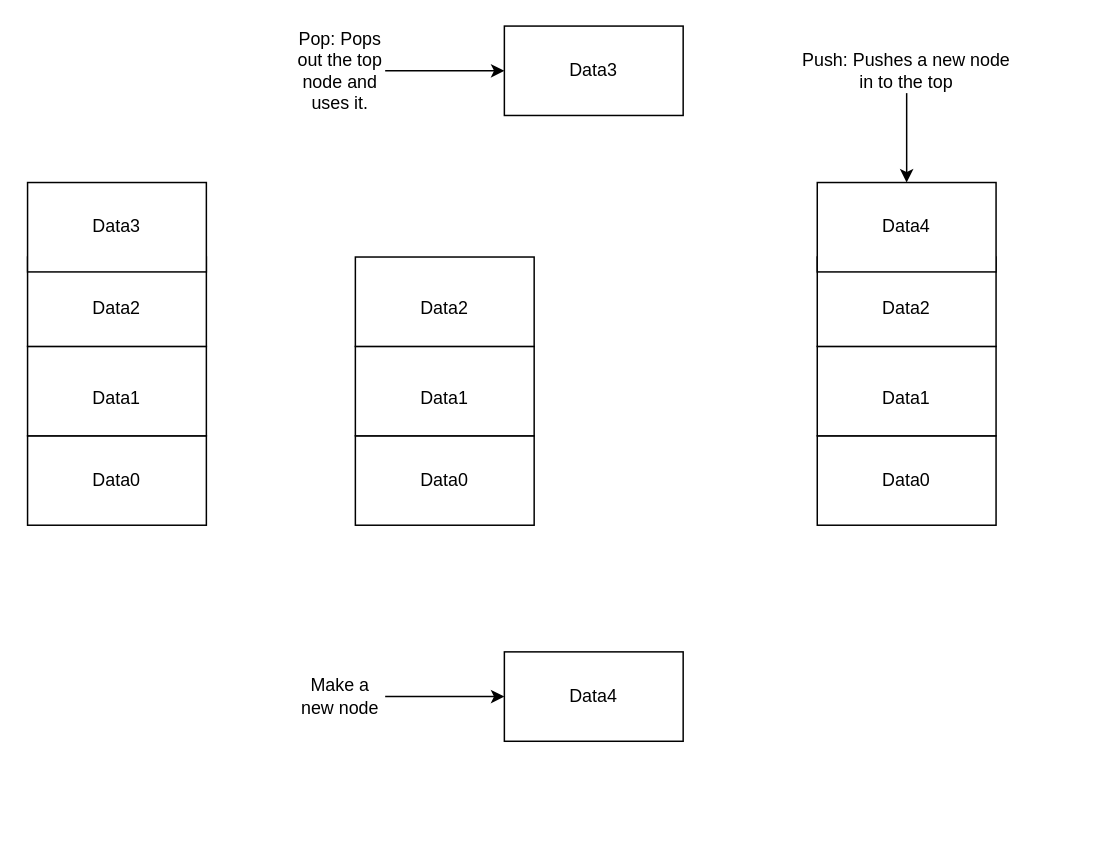
Above: StudentExpo/Stack.drawio in Crew46/data-fall2025 (draw.io), before the change. Source tidied: cells renumbered, new cells numbered last; positions are measured from the earlier drawing's top-left corner, leaving out a move shared by most shapes. Both pictures are drawn from the tidied source at 149%, with x=0, y=0 at pixel (27, 25).
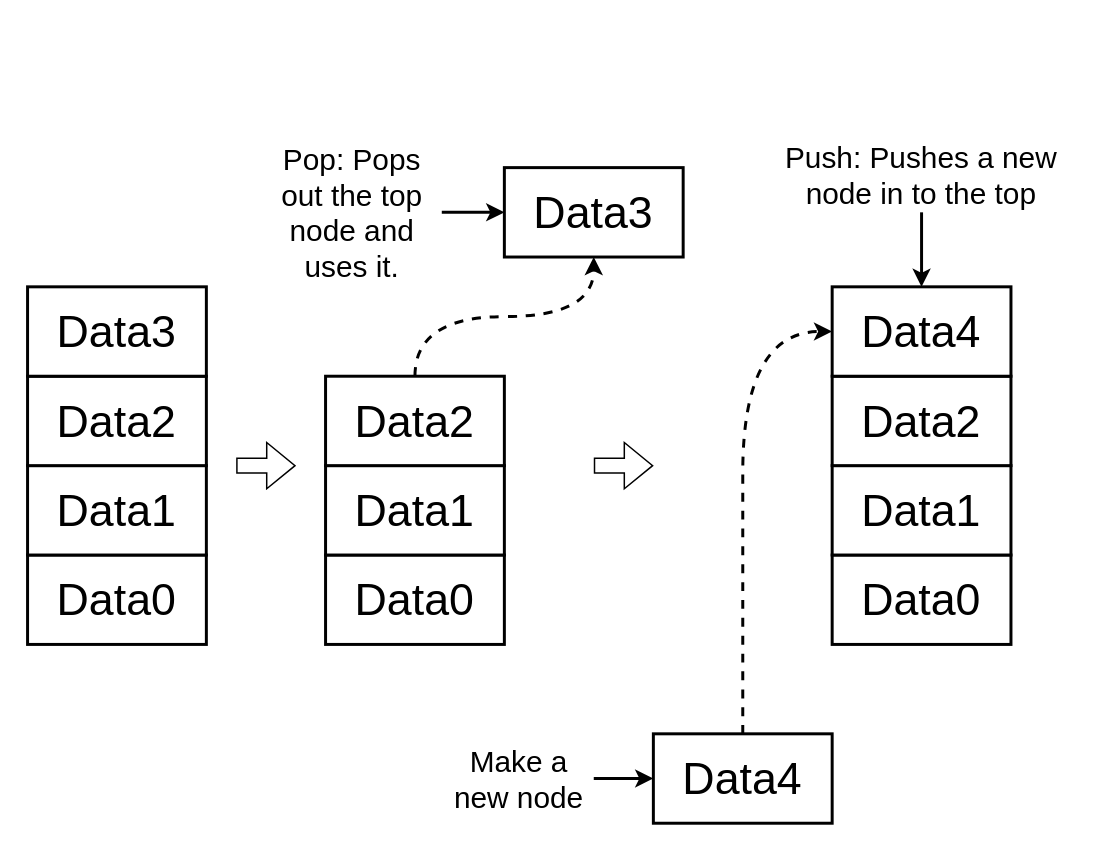
Above is the later version.

The edit, as a diff of the source:
```diff
@@
-    <mxCell id="2" style="rounded=0;whiteSpace=wrap;html=1;" parent="1" vertex="1">
-      <mxGeometry y="275" width="120" height="60" as="geometry" />
+    <mxCell id="2" value="Data0" style="rounded=0;whiteSpace=wrap;html=1;fontSize=30;strokeWidth=2;" parent="1" vertex="1">
+      <mxGeometry y="355" width="120" height="60" as="geometry" />
     </mxCell>
-    <mxCell id="3" style="rounded=0;whiteSpace=wrap;html=1;" parent="1" vertex="1">
-      <mxGeometry y="215" width="120" height="60" as="geometry" />
+    <mxCell id="3" value="Data1" style="rounded=0;whiteSpace=wrap;html=1;fontSize=30;strokeWidth=2;" parent="1" vertex="1">
+      <mxGeometry y="295" width="120" height="60" as="geometry" />
     </mxCell>
-    <mxCell id="4" style="rounded=0;whiteSpace=wrap;html=1;" parent="1" vertex="1">
-      <mxGeometry y="155" width="120" height="60" as="geometry" />
+    <mxCell id="4" value="Data2" style="rounded=0;whiteSpace=wrap;html=1;fontSize=30;strokeWidth=2;" parent="1" vertex="1">
+      <mxGeometry y="235" width="120" height="60" as="geometry" />
     </mxCell>
-    <mxCell id="5" style="rounded=0;whiteSpace=wrap;html=1;" parent="1" vertex="1">
-      <mxGeometry y="105" width="120" height="60" as="geometry" />
+    <mxCell id="5" value="Data3" style="rounded=0;whiteSpace=wrap;html=1;fontSize=30;strokeWidth=2;" parent="1" vertex="1">
+      <mxGeometry y="175" width="120" height="60" as="geometry" />
     </mxCell>
-    <mxCell id="6" value="Data3" style="text;html=1;whiteSpace=wrap;strokeColor=none;fillColor=none;align=center;verticalAlign=middle;rounded=0;" parent="1" vertex="1">
-      <mxGeometry x="30" y="120" width="60" height="30" as="geometry" />
-    </mxCell>
-    <mxCell id="7" value="Data2" style="text;html=1;whiteSpace=wrap;strokeColor=none;fillColor=none;align=center;verticalAlign=middle;rounded=0;" parent="1" vertex="1">
-      <mxGeometry x="30" y="175" width="60" height="30" as="geometry" />
-    </mxCell>
-    <mxCell id="8" value="Data1" style="text;html=1;whiteSpace=wrap;strokeColor=none;fillColor=none;align=center;verticalAlign=middle;rounded=0;" parent="1" vertex="1">
-      <mxGeometry x="30" y="235" width="60" height="30" as="geometry" />
-    </mxCell>
-    <mxCell id="9" value="&lt;div&gt;&lt;span style=&quot;background-color: transparent; color: light-dark(rgb(0, 0, 0), rgb(255, 255, 255));&quot;&gt;&lt;br&gt;&lt;/span&gt;&lt;/div&gt;&lt;div&gt;&lt;span style=&quot;background-color: transparent; color: light-dark(rgb(0, 0, 0), rgb(255, 255, 255));&quot;&gt;Data0&lt;/span&gt;&lt;/div&gt;&lt;div&gt;&lt;br&gt;&lt;/div&gt;" style="text;html=1;whiteSpace=wrap;strokeColor=none;fillColor=none;align=center;verticalAlign=middle;rounded=0;" parent="1" vertex="1">
-      <mxGeometry x="30" y="290" width="60" height="30" as="geometry" />
-    </mxCell>
-    <mxCell id="10" style="rounded=0;whiteSpace=wrap;html=1;" parent="1" vertex="1">
-      <mxGeometry x="220" y="275" width="120" height="60" as="geometry" />
+    <mxCell id="10" value="Data0" style="rounded=0;whiteSpace=wrap;html=1;fontSize=30;strokeWidth=2;" parent="1" vertex="1">
+      <mxGeometry x="200" y="355" width="120" height="60" as="geometry" />
     </mxCell>
-    <mxCell id="11" style="rounded=0;whiteSpace=wrap;html=1;" parent="1" vertex="1">
-      <mxGeometry x="220" y="215" width="120" height="60" as="geometry" />
+    <mxCell id="11" value="Data1" style="rounded=0;whiteSpace=wrap;html=1;fontSize=30;strokeWidth=2;" parent="1" vertex="1">
+      <mxGeometry x="200" y="295" width="120" height="60" as="geometry" />
     </mxCell>
-    <mxCell id="12" style="rounded=0;whiteSpace=wrap;html=1;" parent="1" vertex="1">
-      <mxGeometry x="220" y="155" width="120" height="60" as="geometry" />
+    <mxCell id="12" value="Data2" style="rounded=0;whiteSpace=wrap;html=1;fontSize=30;strokeWidth=2;" parent="1" vertex="1">
+      <mxGeometry x="200" y="235" width="120" height="60" as="geometry" />
     </mxCell>
-    <mxCell id="13" style="rounded=0;whiteSpace=wrap;html=1;" parent="1" vertex="1">
-      <mxGeometry x="320" width="120" height="60" as="geometry" />
+    <mxCell id="13" value="Data3" style="rounded=0;whiteSpace=wrap;html=1;fontSize=30;strokeWidth=2;" parent="1" vertex="1">
+      <mxGeometry x="320" y="95" width="120" height="60" as="geometry" />
     </mxCell>
-    <mxCell id="14" value="Data3" style="text;html=1;whiteSpace=wrap;strokeColor=none;fillColor=none;align=center;verticalAlign=middle;rounded=0;" parent="1" vertex="1">
-      <mxGeometry x="350" y="15" width="60" height="30" as="geometry" />
-    </mxCell>
-    <mxCell id="15" value="Data2" style="text;html=1;whiteSpace=wrap;strokeColor=none;fillColor=none;align=center;verticalAlign=middle;rounded=0;" parent="1" vertex="1">
-      <mxGeometry x="250" y="175" width="60" height="30" as="geometry" />
-    </mxCell>
-    <mxCell id="16" value="Data1" style="text;html=1;whiteSpace=wrap;strokeColor=none;fillColor=none;align=center;verticalAlign=middle;rounded=0;" parent="1" vertex="1">
-      <mxGeometry x="250" y="235" width="60" height="30" as="geometry" />
-    </mxCell>
-    <mxCell id="17" value="&lt;div&gt;&lt;span style=&quot;background-color: transparent; color: light-dark(rgb(0, 0, 0), rgb(255, 255, 255));&quot;&gt;&lt;br&gt;&lt;/span&gt;&lt;/div&gt;&lt;div&gt;&lt;span style=&quot;background-color: transparent; color: light-dark(rgb(0, 0, 0), rgb(255, 255, 255));&quot;&gt;Data0&lt;/span&gt;&lt;/div&gt;&lt;div&gt;&lt;br&gt;&lt;/div&gt;" style="text;html=1;whiteSpace=wrap;strokeColor=none;fillColor=none;align=center;verticalAlign=middle;rounded=0;" parent="1" vertex="1">
-      <mxGeometry x="250" y="290" width="60" height="30" as="geometry" />
-    </mxCell>
-    <mxCell id="18" style="edgeStyle=orthogonalEdgeStyle;rounded=0;jettySize=auto;html=1;" parent="1" edge="1" source="19" target="13">
+    <mxCell id="18" style="edgeStyle=orthogonalEdgeStyle;rounded=0;jettySize=auto;html=1;strokeWidth=2;" parent="1" edge="1" source="19" target="13">
       <mxGeometry relative="1" as="geometry" />
     </mxCell>
-    <mxCell id="19" value="Pop: Pops out the top node and uses it." style="text;html=1;whiteSpace=wrap;strokeColor=none;fillColor=none;align=center;verticalAlign=middle;rounded=0;" parent="1" vertex="1">
-      <mxGeometry x="180" y="15" width="60" height="30" as="geometry" />
+    <mxCell id="19" value="Pop: Pops out the top node and uses it." style="text;html=1;whiteSpace=wrap;strokeColor=none;fillColor=none;align=center;verticalAlign=middle;rounded=0;fontSize=20;strokeWidth=2;" parent="1" vertex="1">
+      <mxGeometry x="158" y="75" width="120" height="100" as="geometry" />
     </mxCell>
-    <mxCell id="20" style="rounded=0;whiteSpace=wrap;html=1;" parent="1" vertex="1">
-      <mxGeometry x="530" y="275" width="120" height="60" as="geometry" />
+    <mxCell id="20" value="Data0" style="rounded=0;whiteSpace=wrap;html=1;fontSize=30;strokeWidth=2;" parent="1" vertex="1">
+      <mxGeometry x="540" y="355" width="120" height="60" as="geometry" />
     </mxCell>
-    <mxCell id="21" style="rounded=0;whiteSpace=wrap;html=1;" parent="1" vertex="1">
-      <mxGeometry x="530" y="215" width="120" height="60" as="geometry" />
+    <mxCell id="21" value="Data1" style="rounded=0;whiteSpace=wrap;html=1;fontSize=30;strokeWidth=2;" parent="1" vertex="1">
+      <mxGeometry x="540" y="295" width="120" height="60" as="geometry" />
     </mxCell>
-    <mxCell id="22" style="rounded=0;whiteSpace=wrap;html=1;" parent="1" vertex="1">
-      <mxGeometry x="530" y="155" width="120" height="60" as="geometry" />
+    <mxCell id="22" value="Data2" style="rounded=0;whiteSpace=wrap;html=1;fontSize=30;strokeWidth=2;" parent="1" vertex="1">
+      <mxGeometry x="540" y="235" width="120" height="60" as="geometry" />
     </mxCell>
-    <mxCell id="23" style="rounded=0;whiteSpace=wrap;html=1;" parent="1" vertex="1">
-      <mxGeometry x="530" y="105" width="120" height="60" as="geometry" />
+    <mxCell id="23" value="Data4" style="rounded=0;whiteSpace=wrap;html=1;fontSize=30;strokeWidth=2;" parent="1" vertex="1">
+      <mxGeometry x="540" y="175" width="120" height="60" as="geometry" />
     </mxCell>
-    <mxCell id="24" value="Data4" style="text;html=1;whiteSpace=wrap;strokeColor=none;fillColor=none;align=center;verticalAlign=middle;rounded=0;" parent="1" vertex="1">
-      <mxGeometry x="560" y="120" width="60" height="30" as="geometry" />
-    </mxCell>
-    <mxCell id="25" value="Data2" style="text;html=1;whiteSpace=wrap;strokeColor=none;fillColor=none;align=center;verticalAlign=middle;rounded=0;" parent="1" vertex="1">
-      <mxGeometry x="560" y="175" width="60" height="30" as="geometry" />
-    </mxCell>
-    <mxCell id="26" value="Data1" style="text;html=1;whiteSpace=wrap;strokeColor=none;fillColor=none;align=center;verticalAlign=middle;rounded=0;" parent="1" vertex="1">
-      <mxGeometry x="560" y="235" width="60" height="30" as="geometry" />
-    </mxCell>
-    <mxCell id="27" value="&lt;div&gt;&lt;span style=&quot;background-color: transparent; color: light-dark(rgb(0, 0, 0), rgb(255, 255, 255));&quot;&gt;&lt;br&gt;&lt;/span&gt;&lt;/div&gt;&lt;div&gt;&lt;span style=&quot;background-color: transparent; color: light-dark(rgb(0, 0, 0), rgb(255, 255, 255));&quot;&gt;Data0&lt;/span&gt;&lt;/div&gt;&lt;div&gt;&lt;br&gt;&lt;/div&gt;" style="text;html=1;whiteSpace=wrap;strokeColor=none;fillColor=none;align=center;verticalAlign=middle;rounded=0;" parent="1" vertex="1">
-      <mxGeometry x="560" y="290" width="60" height="30" as="geometry" />
-    </mxCell>
-    <mxCell id="28" style="edgeStyle=orthogonalEdgeStyle;rounded=0;jettySize=auto;html=1;entryX=0.5;entryY=0;entryDx=0;entryDy=0;" parent="1" edge="1" source="29" target="23">
+    <mxCell id="28" style="edgeStyle=orthogonalEdgeStyle;rounded=0;jettySize=auto;html=1;entryX=0.5;entryY=0;entryDx=0;entryDy=0;strokeWidth=2;" parent="1" edge="1" source="29" target="23">
       <mxGeometry relative="1" as="geometry" />
     </mxCell>
-    <mxCell id="29" value="Push: Pushes a new node in to the top" style="text;html=1;whiteSpace=wrap;strokeColor=none;fillColor=none;align=center;verticalAlign=middle;rounded=0;" parent="1" vertex="1">
-      <mxGeometry x="515" y="15" width="150" height="30" as="geometry" />
+    <mxCell id="29" value="&lt;font style=&quot;font-size: 20px;&quot;&gt;Push: Pushes a new node in to the top&lt;/font&gt;" style="text;html=1;whiteSpace=wrap;strokeColor=none;fillColor=none;align=center;verticalAlign=middle;rounded=0;strokeWidth=2;" parent="1" vertex="1">
+      <mxGeometry x="500" y="75" width="200" height="50" as="geometry" />
     </mxCell>
-    <mxCell id="30" style="edgeStyle=orthogonalEdgeStyle;rounded=0;jettySize=auto;html=1;entryX=0;entryY=0.5;entryDx=0;entryDy=0;" parent="1" edge="1" source="31" target="32">
+    <mxCell id="30" style="edgeStyle=orthogonalEdgeStyle;rounded=0;jettySize=auto;html=1;entryX=0;entryY=0.5;entryDx=0;entryDy=0;strokeWidth=2;" parent="1" edge="1" source="31" target="32">
       <mxGeometry relative="1" as="geometry" />
     </mxCell>
-    <mxCell id="31" value="Make a new node" style="text;html=1;whiteSpace=wrap;strokeColor=none;fillColor=none;align=center;verticalAlign=middle;rounded=0;" parent="1" vertex="1">
-      <mxGeometry x="180" y="435" width="60" height="30" as="geometry" />
+    <mxCell id="31" value="Make a new node" style="text;html=1;whiteSpace=wrap;strokeColor=none;fillColor=none;align=center;verticalAlign=middle;rounded=0;fontSize=20;strokeWidth=2;" parent="1" vertex="1">
+      <mxGeometry x="280" y="475" width="100" height="60" as="geometry" />
     </mxCell>
-    <mxCell id="32" value="Data4" style="rounded=0;whiteSpace=wrap;html=1;" parent="1" vertex="1">
-      <mxGeometry x="320" y="420" width="120" height="60" as="geometry" />
+    <mxCell id="32" value="Data4" style="rounded=0;whiteSpace=wrap;html=1;fontSize=30;strokeWidth=2;" parent="1" vertex="1">
+      <mxGeometry x="420" y="475" width="120" height="60" as="geometry" />
     </mxCell>
+    <mxCell id="33" style="curved=1;endArrow=classic;html=1;rounded=0;exitX=0.5;exitY=0;exitDx=0;exitDy=0;entryX=0.5;entryY=1;entryDx=0;entryDy=0;strokeWidth=2;dashed=1;" parent="1" edge="1" source="12" target="13">
+      <mxGeometry relative="1" as="geometry">
+        <Array as="points">
+          <mxPoint x="260" y="195" />
+          <mxPoint x="380" y="195" />
+        </Array>
+      </mxGeometry>
+    </mxCell>
+    <mxCell id="34" style="curved=1;endArrow=classic;html=1;rounded=0;exitX=0.5;exitY=0;exitDx=0;exitDy=0;entryX=0;entryY=0.5;entryDx=0;entryDy=0;dashed=1;strokeWidth=2;" parent="1" edge="1" source="32" target="23">
+      <mxGeometry relative="1" as="geometry">
+        <Array as="points">
+          <mxPoint x="480" y="395" />
+          <mxPoint x="480" y="205" />
+        </Array>
+      </mxGeometry>
+    </mxCell>
+    <mxCell id="35" style="shape=flexArrow;endArrow=classic;html=1;rounded=0;" parent="1" edge="1">
+      <mxGeometry relative="1" as="geometry">
+        <mxPoint x="140" y="295" as="sourcePoint" />
+        <mxPoint x="180" y="295" as="targetPoint" />
+      </mxGeometry>
+    </mxCell>
+    <mxCell id="36" style="shape=flexArrow;endArrow=classic;html=1;rounded=0;" parent="1" edge="1">
+      <mxGeometry relative="1" as="geometry">
+        <mxPoint x="380" y="295" as="sourcePoint" />
+        <mxPoint x="420" y="295" as="targetPoint" />
+      </mxGeometry>
+    </mxCell>
```
